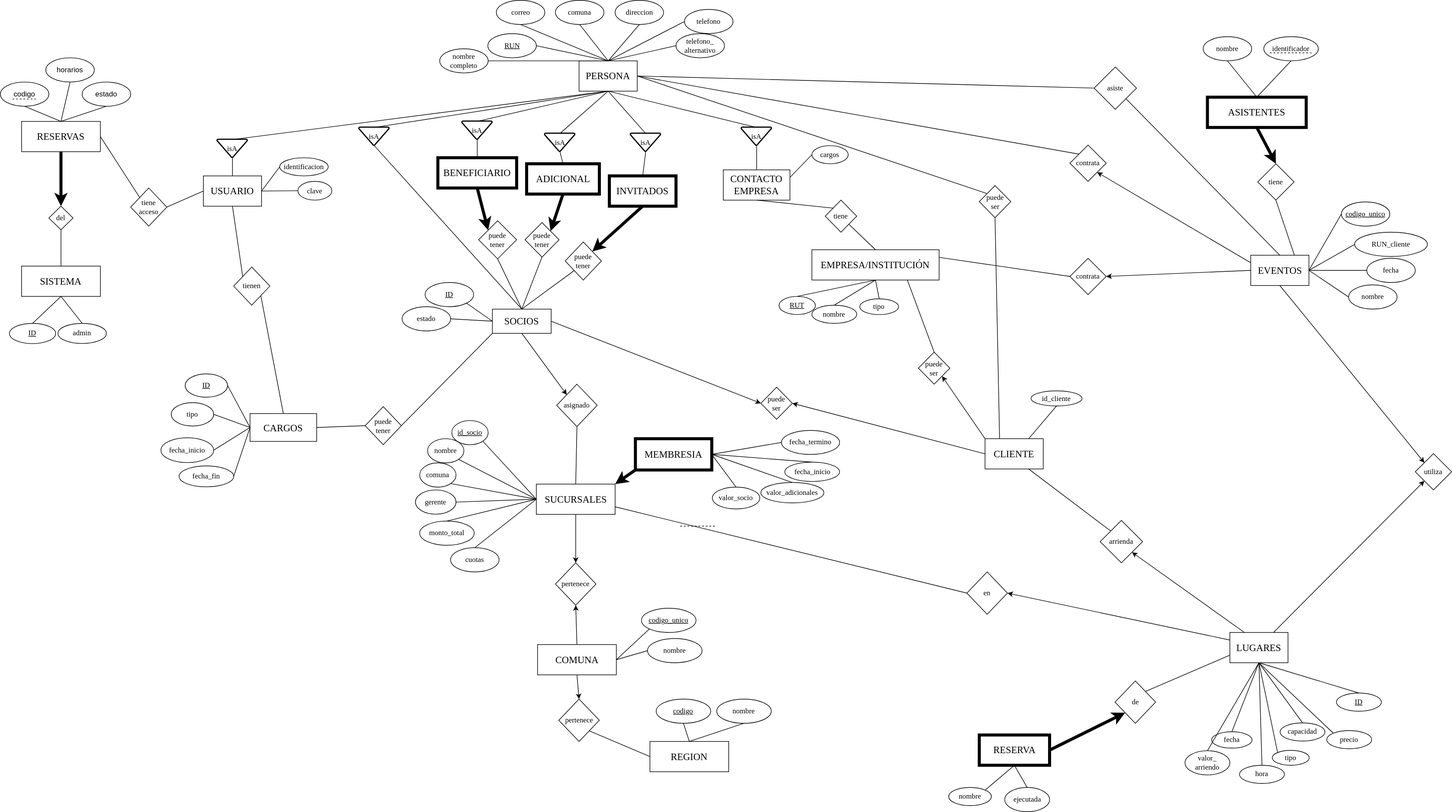
Above: E1/ER-JOAB.drawio.svg in JoabVJ/IIC2413---Bases-de-Datos (draw.io), before the change. Source tidied: cells renumbered, new cells last; positions are measured from the earlier drawing's top-left corner, leaving out a move shared by most shapes.
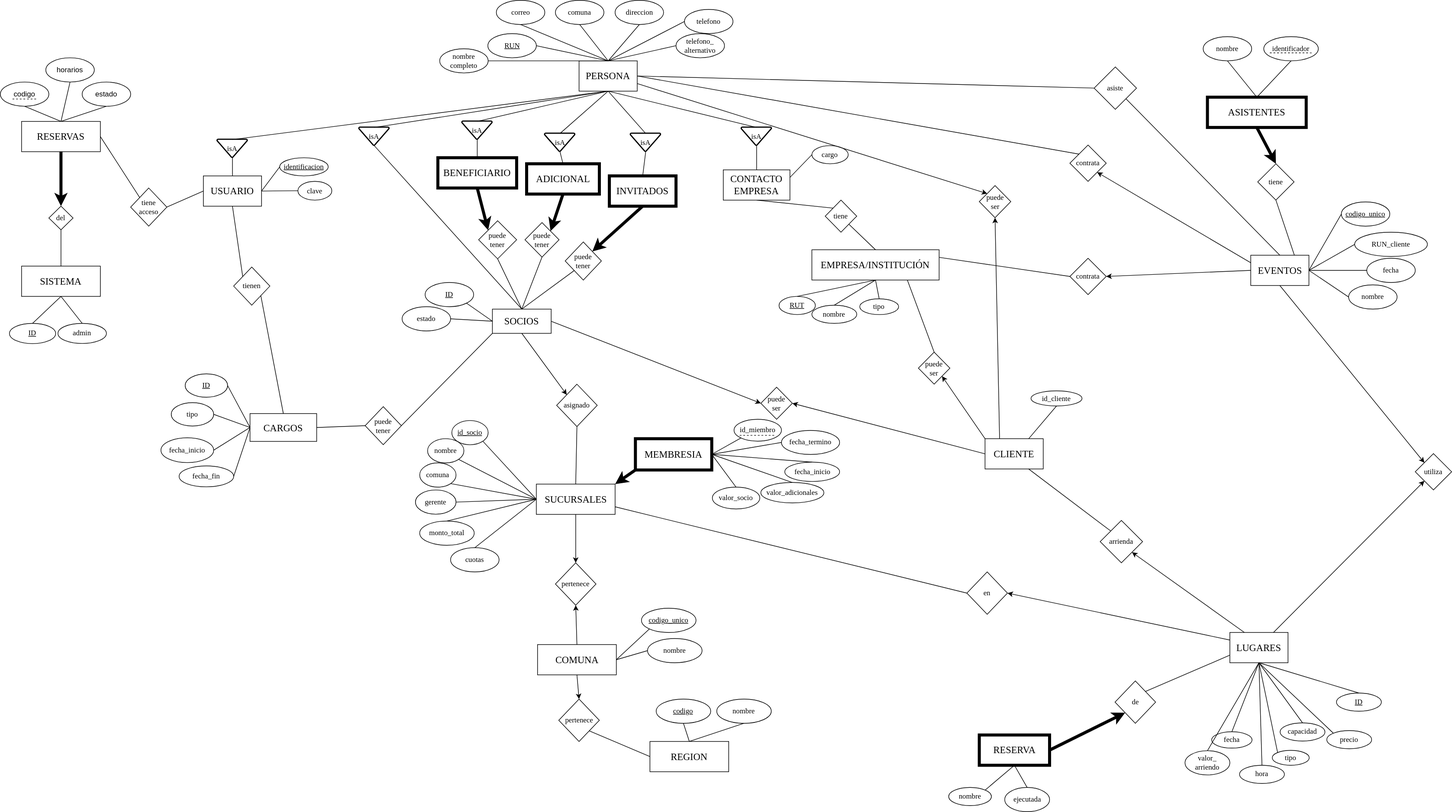
After the change.

What changed in the source:
```diff
@@ -398,12 +398,6 @@
     <mxCell id="131" style="endArrow=none;html=1;rounded=0;exitX=0.5;exitY=0;exitDx=0;exitDy=0;entryX=0;entryY=0.5;entryDx=0;entryDy=0;" parent="1" edge="1" source="130" target="57">
       <mxGeometry relative="1" as="geometry" />
     </mxCell>
-    <mxCell id="132" style="endArrow=none;dashed=1;html=1;rounded=0;" parent="1" edge="1">
-      <mxGeometry relative="1" as="geometry">
-        <mxPoint x="1122" y="868.4" as="sourcePoint" />
-        <mxPoint x="1182" y="868.4" as="targetPoint" />
-      </mxGeometry>
-    </mxCell>
     <mxCell id="133" value="&lt;font face=&quot;Georgia&quot;&gt;cuotas&lt;/font&gt;" style="ellipse;whiteSpace=wrap;html=1;" parent="1" vertex="1">
       <mxGeometry x="743" y="904" width="80" height="40" as="geometry" />
     </mxCell>
@@ -461,7 +455,7 @@
     <mxCell id="151" style="endArrow=classic;html=1;rounded=0;entryX=1;entryY=1;entryDx=0;entryDy=0;exitX=0.25;exitY=0;exitDx=0;exitDy=0;" parent="1" edge="1" source="29" target="149">
       <mxGeometry relative="1" as="geometry" />
     </mxCell>
-    <mxCell id="152" value="&lt;font face=&quot;Georgia&quot;&gt;cargos&lt;/font&gt;" style="ellipse;whiteSpace=wrap;html=1;" parent="1" vertex="1">
+    <mxCell id="152" value="&lt;font face=&quot;Georgia&quot;&gt;cargo&lt;/font&gt;" style="ellipse;whiteSpace=wrap;html=1;" parent="1" vertex="1">
       <mxGeometry x="1339.2" y="240" width="60" height="30" as="geometry" />
     </mxCell>
     <mxCell id="153" style="endArrow=none;html=1;rounded=0;exitX=1;exitY=0.25;exitDx=0;exitDy=0;entryX=0;entryY=0.5;entryDx=0;entryDy=0;" parent="1" edge="1" source="36" target="152">
@@ -509,7 +503,7 @@
     <mxCell id="167" value="&lt;font face=&quot;Georgia&quot;&gt;clave&lt;/font&gt;" style="ellipse;whiteSpace=wrap;html=1;" parent="1" vertex="1">
       <mxGeometry x="491" y="299" width="56" height="31" as="geometry" />
     </mxCell>
-    <mxCell id="168" value="&lt;font face=&quot;Georgia&quot;&gt;identificacion&lt;/font&gt;" style="ellipse;whiteSpace=wrap;html=1;" parent="1" vertex="1">
+    <mxCell id="168" value="&lt;font face=&quot;Georgia&quot;&gt;&lt;u&gt;identificacion&lt;/u&gt;&lt;/font&gt;" style="ellipse;whiteSpace=wrap;html=1;" parent="1" vertex="1">
       <mxGeometry x="461" y="260" width="80" height="30" as="geometry" />
     </mxCell>
     <mxCell id="169" style="endArrow=none;html=1;rounded=0;entryX=0;entryY=0.5;entryDx=0;entryDy=0;exitX=1;exitY=0.5;exitDx=0;exitDy=0;" parent="1" edge="1" source="32" target="168">
@@ -563,12 +557,6 @@
     <mxCell id="184" value="&lt;font face=&quot;Georgia&quot;&gt;puede&lt;/font&gt;&lt;div&gt;&lt;font face=&quot;Georgia&quot;&gt;ser&lt;/font&gt;&lt;/div&gt;" style="rhombus;whiteSpace=wrap;html=1;" parent="1" vertex="1">
       <mxGeometry x="1615.5" y="306" width="52" height="53" as="geometry" />
     </mxCell>
-    <mxCell id="185" style="endArrow=none;html=1;rounded=0;entryX=0;entryY=0;entryDx=0;entryDy=0;exitX=1;exitY=0.5;exitDx=0;exitDy=0;" parent="1" edge="1" source="2" target="184">
-      <mxGeometry relative="1" as="geometry" />
-    </mxCell>
-    <mxCell id="186" style="endArrow=none;html=1;rounded=0;entryX=0.25;entryY=0;entryDx=0;entryDy=0;exitX=0.5;exitY=1;exitDx=0;exitDy=0;" parent="1" edge="1" source="184" target="37">
-      <mxGeometry relative="1" as="geometry" />
-    </mxCell>
     <mxCell id="187" value="&lt;font face=&quot;Georgia&quot;&gt;fecha_termino&lt;/font&gt;" style="ellipse;whiteSpace=wrap;html=1;" parent="1" vertex="1">
       <mxGeometry x="1289" y="710.3" width="96" height="39.7" as="geometry" />
     </mxCell>
@@ -668,5 +656,23 @@
     <mxCell id="219" style="endArrow=classic;html=1;rounded=0;entryX=1;entryY=0.5;entryDx=0;entryDy=0;exitX=0;exitY=0.5;exitDx=0;exitDy=0;" parent="1" edge="1" source="37" target="145">
       <mxGeometry relative="1" as="geometry" />
     </mxCell>
+    <mxCell id="220" value="&lt;font face=&quot;Georgia&quot;&gt;id_miembro&lt;/font&gt;" style="ellipse;whiteSpace=wrap;html=1;" parent="1" vertex="1">
+      <mxGeometry x="1210.8" y="692" width="78.2" height="36" as="geometry" />
+    </mxCell>
+    <mxCell id="221" style="endArrow=none;html=1;rounded=0;entryX=1;entryY=0.5;entryDx=0;entryDy=0;exitX=0;exitY=1;exitDx=0;exitDy=0;" parent="1" edge="1" source="220" target="116">
+      <mxGeometry relative="1" as="geometry" />
+    </mxCell>
+    <mxCell id="132" style="endArrow=none;dashed=1;html=1;rounded=0;" parent="1" edge="1">
+      <mxGeometry relative="1" as="geometry">
+        <mxPoint x="1220" y="718.5" as="sourcePoint" />
+        <mxPoint x="1280" y="718.5" as="targetPoint" />
+      </mxGeometry>
+    </mxCell>
+    <mxCell id="185" style="endArrow=classic;html=1;rounded=0;entryX=0;entryY=0;entryDx=0;entryDy=0;exitX=1;exitY=0.75;exitDx=0;exitDy=0;" parent="1" edge="1" source="2" target="184">
+      <mxGeometry relative="1" as="geometry" />
+    </mxCell>
+    <mxCell id="222" style="endArrow=classic;html=1;rounded=0;entryX=0.5;entryY=1;entryDx=0;entryDy=0;exitX=0.25;exitY=0;exitDx=0;exitDy=0;" parent="1" edge="1" source="37" target="184">
+      <mxGeometry relative="1" as="geometry" />
+    </mxCell>
   </root>
 </mxGraphModel>
```
